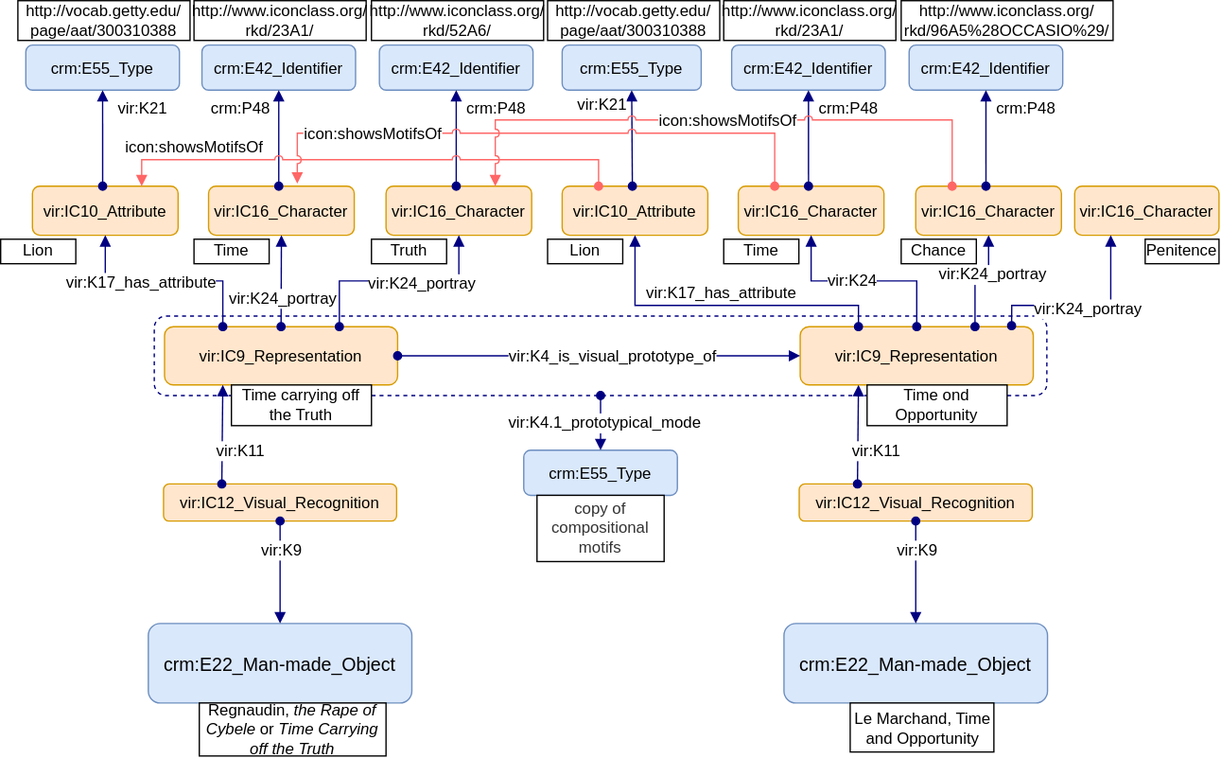
Above: images/article_schemes_new/Occasio-11-2.svg in SofiBar/Icon (draw.io), before the change. Source tidied: cells renumbered, new cells last; positions are measured from the earlier drawing's top-left corner, leaving out a move shared by most shapes.
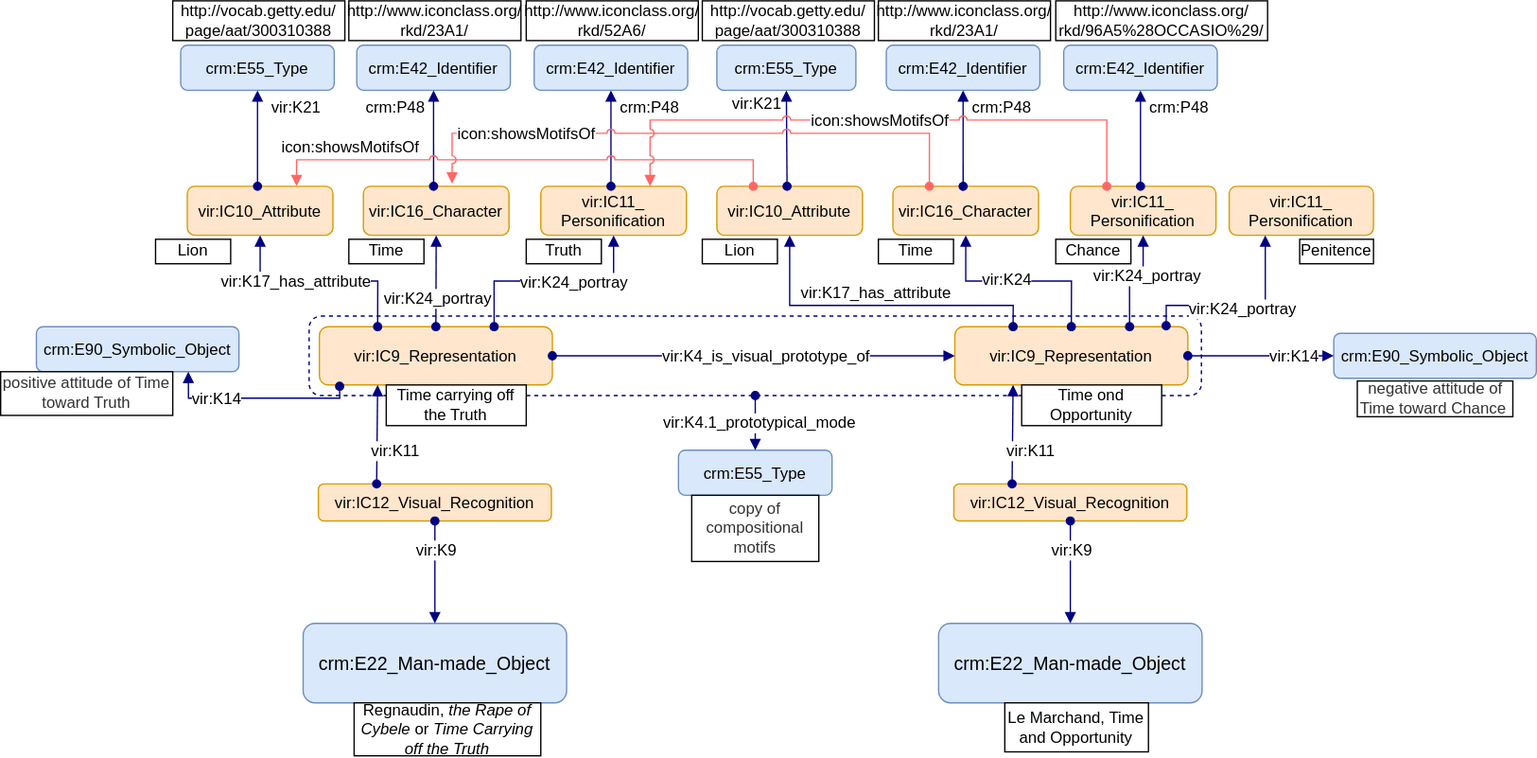
Above is the later version.

Change to the diagram source:
```diff
@@ -97,7 +97,7 @@
     <mxCell id="27" value="Lion" style="graphMlID=n4;shape=rect;rounded=0;arcsize=30;strokeWidth=1.0;fontFamily=Helvetica;fontSize=12;whiteSpace=wrap;" parent="1" vertex="1">
       <mxGeometry y="180" width="56.8" height="18.5" as="geometry" />
     </mxCell>
-    <mxCell id="28" value="vir:IC16_Character" style="graphMlID=n4;shape=rect;rounded=1;arcsize=30;fillColor=#ffe6cc;strokeColor=#d79b00;strokeWidth=1.0;fontFamily=Helvetica;fontSize=12;" parent="1" vertex="1">
+    <mxCell id="28" value="vir:IC11_&#10;Personification" style="graphMlID=n4;shape=rect;rounded=1;arcsize=30;fillColor=#ffe6cc;strokeColor=#d79b00;strokeWidth=1.0;fontFamily=Helvetica;fontSize=12;" parent="1" vertex="1">
       <mxGeometry x="291" y="140" width="110" height="37" as="geometry" />
     </mxCell>
     <mxCell id="29" style="graphMlID=e0;rounded=0;endArrow=block;strokeColor=#000080;strokeWidth=1.0;startArrow=oval;startFill=1;endFill=1;fontFamily=Helvetica;fontSize=12;entryX=0.5;entryY=1;entryDx=0;entryDy=0;exitX=0.75;exitY=0;exitDx=0;exitDy=0;edgeStyle=orthogonalEdgeStyle;" parent="1" edge="1" source="8" target="28">
@@ -224,7 +224,7 @@
     <mxCell id="60" value="Lion" style="graphMlID=n4;shape=rect;rounded=0;arcsize=30;strokeWidth=1.0;fontFamily=Helvetica;fontSize=12;whiteSpace=wrap;" parent="1" vertex="1">
       <mxGeometry x="413" y="180" width="56.8" height="18.5" as="geometry" />
     </mxCell>
-    <mxCell id="61" value="vir:IC16_Character" style="graphMlID=n4;shape=rect;rounded=1;arcsize=30;fillColor=#ffe6cc;strokeColor=#d79b00;strokeWidth=1.0;fontFamily=Helvetica;fontSize=12;" parent="1" vertex="1">
+    <mxCell id="61" value="vir:IC11_&#10;Personification" style="graphMlID=n4;shape=rect;rounded=1;arcsize=30;fillColor=#ffe6cc;strokeColor=#d79b00;strokeWidth=1.0;fontFamily=Helvetica;fontSize=12;" parent="1" vertex="1">
       <mxGeometry x="691" y="140" width="110" height="37" as="geometry" />
     </mxCell>
     <mxCell id="62" style="graphMlID=e0;rounded=0;endArrow=block;strokeColor=#000080;strokeWidth=1.0;startArrow=oval;startFill=1;endFill=1;fontFamily=Helvetica;fontSize=12;entryX=0.5;entryY=1;entryDx=0;entryDy=0;exitX=0.75;exitY=0;exitDx=0;exitDy=0;edgeStyle=orthogonalEdgeStyle;" parent="1" edge="1" source="41" target="61">
@@ -250,7 +250,7 @@
     <mxCell id="68" value="Chance" style="graphMlID=n4;shape=rect;rounded=0;arcsize=30;strokeWidth=1.0;fontFamily=Helvetica;fontSize=12;whiteSpace=wrap;" parent="1" vertex="1">
       <mxGeometry x="680" y="180" width="56.8" height="18.5" as="geometry" />
     </mxCell>
-    <mxCell id="69" value="vir:IC16_Character" style="graphMlID=n4;shape=rect;rounded=1;arcsize=30;fillColor=#ffe6cc;strokeColor=#d79b00;strokeWidth=1.0;fontFamily=Helvetica;fontSize=12;" parent="1" vertex="1">
+    <mxCell id="69" value="vir:IC11_&#10;Personification" style="graphMlID=n4;shape=rect;rounded=1;arcsize=30;fillColor=#ffe6cc;strokeColor=#d79b00;strokeWidth=1.0;fontFamily=Helvetica;fontSize=12;" parent="1" vertex="1">
       <mxGeometry x="811" y="140" width="109" height="37" as="geometry" />
     </mxCell>
     <mxCell id="70" value="Penitence" style="graphMlID=n4;shape=rect;rounded=0;arcsize=30;strokeWidth=1.0;fontFamily=Helvetica;fontSize=12;whiteSpace=wrap;" parent="1" vertex="1">
@@ -330,5 +330,29 @@
         <mxPoint x="-3.5" y="-2" as="offset" />
       </mxGeometry>
     </mxCell>
+    <mxCell id="85" value="crm:E90_Symbolic_Object" style="graphMlID=n4;shape=rect;rounded=1;arcsize=30;fillColor=#dae8fc;strokeColor=#6c8ebf;strokeWidth=1.0;fontFamily=Helvetica;fontSize=12;" parent="1" vertex="1">
+      <mxGeometry x="-90" y="246" width="153" height="34" as="geometry" />
+    </mxCell>
+    <mxCell id="86" value="&lt;p style=&quot;margin-top: 0pt ; margin-bottom: 0pt ; margin-left: 0in ; direction: ltr ; unicode-bidi: embed ; word-break: normal&quot;&gt;&lt;font color=&quot;#333333&quot;&gt;positive attitude of Time toward Truth&lt;/font&gt;&lt;br style=&quot;font-size: 12px&quot;&gt;&lt;/p&gt;" style="rounded=0;whiteSpace=wrap;html=1;labelBackgroundColor=none;fillColor=#FFFFFF;fontFamily=Helvetica;fontSize=12;" parent="1" vertex="1">
+      <mxGeometry x="-117" y="280" width="130" height="33" as="geometry" />
+    </mxCell>
+    <mxCell id="87" style="graphMlID=e0;rounded=0;endArrow=block;strokeColor=#000080;strokeWidth=1.0;startArrow=oval;startFill=1;endFill=1;exitX=0.087;exitY=1.023;exitDx=0;exitDy=0;entryX=0.75;entryY=1;entryDx=0;entryDy=0;exitPerimeter=0;edgeStyle=orthogonalEdgeStyle;fontFamily=Helvetica;fontSize=12;" parent="1" edge="1" source="8" target="85">
+      <mxGeometry relative="1" as="geometry" />
+    </mxCell>
+    <mxCell id="88" value="&lt;span style=&quot;font-size: 12px; text-align: left;&quot;&gt;vir:K14&lt;/span&gt;" style="edgeLabel;html=1;align=center;verticalAlign=middle;fontFamily=Helvetica;fontSize=12;" parent="87" vertex="1">
+      <mxGeometry x="0.44" relative="1" as="geometry" />
+    </mxCell>
+    <mxCell id="89" value="crm:E90_Symbolic_Object" style="graphMlID=n4;shape=rect;rounded=1;arcsize=30;fillColor=#dae8fc;strokeColor=#6c8ebf;strokeWidth=1.0;fontFamily=Helvetica;fontSize=12;" parent="1" vertex="1">
+      <mxGeometry x="890" y="251" width="153" height="34" as="geometry" />
+    </mxCell>
+    <mxCell id="90" value="&lt;p style=&quot;margin-top: 0pt ; margin-bottom: 0pt ; margin-left: 0in ; direction: ltr ; unicode-bidi: embed ; word-break: normal&quot;&gt;&lt;font color=&quot;#333333&quot;&gt;negative attitude of Time toward Chance&amp;nbsp;&lt;/font&gt;&lt;br style=&quot;font-size: 12px&quot;&gt;&lt;/p&gt;" style="rounded=0;whiteSpace=wrap;html=1;labelBackgroundColor=none;fillColor=#FFFFFF;fontFamily=Helvetica;fontSize=12;" parent="1" vertex="1">
+      <mxGeometry x="907.8" y="287" width="117.5" height="27" as="geometry" />
+    </mxCell>
+    <mxCell id="91" style="graphMlID=e0;rounded=0;endArrow=block;strokeColor=#000080;strokeWidth=1.0;startArrow=oval;startFill=1;endFill=1;exitX=1;exitY=0.5;exitDx=0;exitDy=0;entryX=0;entryY=0.5;entryDx=0;entryDy=0;edgeStyle=orthogonalEdgeStyle;fontFamily=Helvetica;fontSize=12;" parent="1" edge="1" source="41" target="89">
+      <mxGeometry relative="1" as="geometry" />
+    </mxCell>
+    <mxCell id="92" value="&lt;span style=&quot;font-size: 12px; text-align: left;&quot;&gt;vir:K14&lt;/span&gt;" style="edgeLabel;html=1;align=center;verticalAlign=middle;fontFamily=Helvetica;fontSize=12;" parent="91" vertex="1">
+      <mxGeometry x="0.44" relative="1" as="geometry" />
+    </mxCell>
   </root>
 </mxGraphModel>
```
